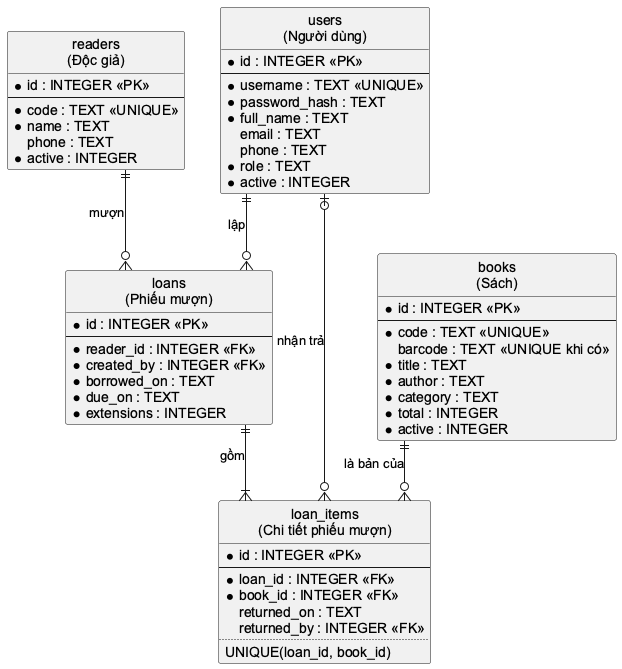
Earlier version of the PlantUML export docs/uml/12_relational.png (khoiln218/ThuVienMini). Source of this version:
```plantuml
@startuml
skinparam defaultFontName Arial
skinparam shadowing false
skinparam linetype ortho
hide circle
entity "users\n(Người dùng)" as users {
 * id : INTEGER <<PK>>
 --
 * username : TEXT <<UNIQUE>>
 * password_hash : TEXT
 * full_name : TEXT
 email : TEXT
 phone : TEXT
 * role : TEXT
 * active : INTEGER
}
entity "readers\n(Độc giả)" as readers {
 * id : INTEGER <<PK>>
 --
 * code : TEXT <<UNIQUE>>
 * name : TEXT
 phone : TEXT
 * active : INTEGER
}
entity "books\n(Sách)" as books {
 * id : INTEGER <<PK>>
 --
 * code : TEXT <<UNIQUE>>
 barcode : TEXT <<UNIQUE khi có>>
 * title : TEXT
 * author : TEXT
 * category : TEXT
 * total : INTEGER
 * active : INTEGER
}
entity "loans\n(Phiếu mượn)" as loans {
 * id : INTEGER <<PK>>
 --
 * reader_id : INTEGER <<FK>>
 * created_by : INTEGER <<FK>>
 * borrowed_on : TEXT
 * due_on : TEXT
 * extensions : INTEGER
}
entity "loan_items\n(Chi tiết phiếu mượn)" as items {
 * id : INTEGER <<PK>>
 --
 * loan_id : INTEGER <<FK>>
 * book_id : INTEGER <<FK>>
 returned_on : TEXT
 returned_by : INTEGER <<FK>>
 ..
 UNIQUE(loan_id, book_id)
}
readers ||--o{ loans : mượn
users ||--o{ loans : lập
loans ||--|{ items : gồm
books ||--o{ items : là bản của
users |o--o{ items : nhận trả
@enduml
```
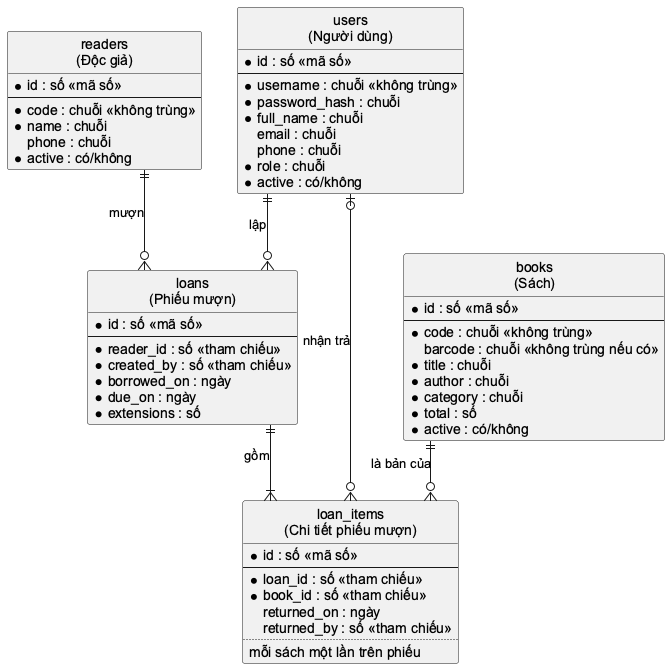
After the commit.

Diff of the diagram source:
```diff
@@ -4,53 +4,53 @@
 skinparam linetype ortho
 hide circle
 entity "users\n(Người dùng)" as users {
- * id : INTEGER <<PK>>
+ * id : số <<mã số>>
  --
- * username : TEXT <<UNIQUE>>
- * password_hash : TEXT
- * full_name : TEXT
- email : TEXT
- phone : TEXT
- * role : TEXT
- * active : INTEGER
+ * username : chuỗi <<không trùng>>
+ * password_hash : chuỗi
+ * full_name : chuỗi
+ email : chuỗi
+ phone : chuỗi
+ * role : chuỗi
+ * active : có/không
 }
 entity "readers\n(Độc giả)" as readers {
- * id : INTEGER <<PK>>
+ * id : số <<mã số>>
  --
- * code : TEXT <<UNIQUE>>
- * name : TEXT
- phone : TEXT
- * active : INTEGER
+ * code : chuỗi <<không trùng>>
+ * name : chuỗi
+ phone : chuỗi
+ * active : có/không
 }
 entity "books\n(Sách)" as books {
- * id : INTEGER <<PK>>
+ * id : số <<mã số>>
  --
- * code : TEXT <<UNIQUE>>
- barcode : TEXT <<UNIQUE khi có>>
- * title : TEXT
- * author : TEXT
- * category : TEXT
- * total : INTEGER
- * active : INTEGER
+ * code : chuỗi <<không trùng>>
+ barcode : chuỗi <<không trùng nếu có>>
+ * title : chuỗi
+ * author : chuỗi
+ * category : chuỗi
+ * total : số
+ * active : có/không
 }
 entity "loans\n(Phiếu mượn)" as loans {
- * id : INTEGER <<PK>>
+ * id : số <<mã số>>
  --
- * reader_id : INTEGER <<FK>>
- * created_by : INTEGER <<FK>>
- * borrowed_on : TEXT
- * due_on : TEXT
- * extensions : INTEGER
+ * reader_id : số <<tham chiếu>>
+ * created_by : số <<tham chiếu>>
+ * borrowed_on : ngày
+ * due_on : ngày
+ * extensions : số
 }
 entity "loan_items\n(Chi tiết phiếu mượn)" as items {
- * id : INTEGER <<PK>>
+ * id : số <<mã số>>
  --
- * loan_id : INTEGER <<FK>>
- * book_id : INTEGER <<FK>>
- returned_on : TEXT
- returned_by : INTEGER <<FK>>
+ * loan_id : số <<tham chiếu>>
+ * book_id : số <<tham chiếu>>
+ returned_on : ngày
+ returned_by : số <<tham chiếu>>
  ..
- UNIQUE(loan_id, book_id)
+ mỗi sách một lần trên phiếu
 }
 readers ||--o{ loans : mượn
 users ||--o{ loans : lập
```
